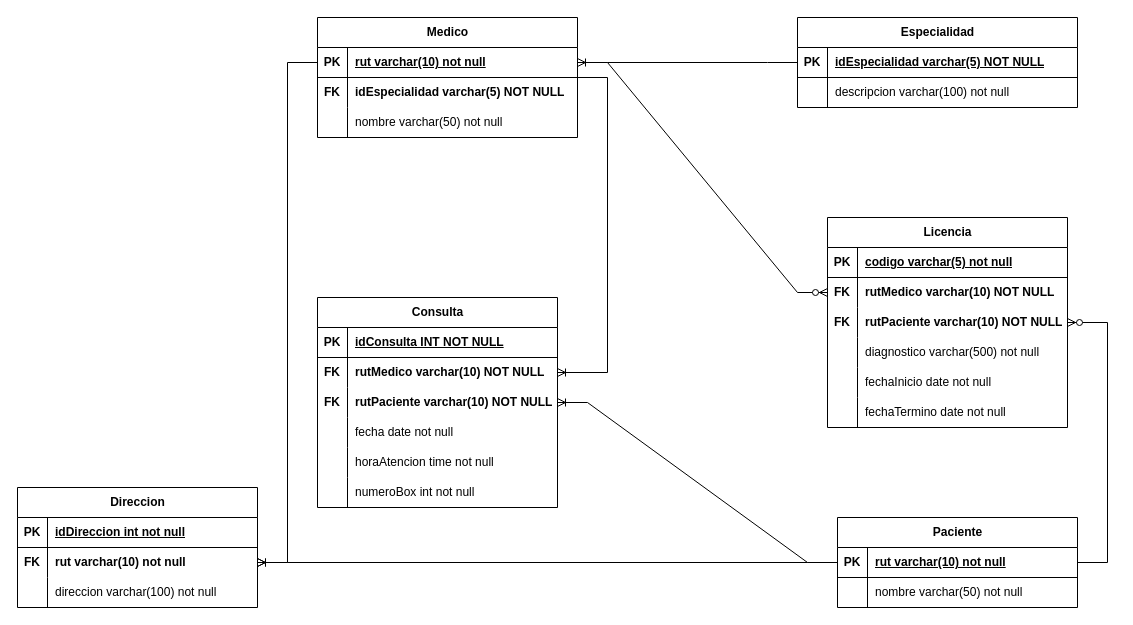
Evmoraleso/pythonChallenges keeps this draw.io diagram as Diagrama sin título.drawio. Above is the earlier version. Source tidied: cells renumbered, new cells numbered last; positions are measured from the earlier drawing's top-left corner, leaving out a move shared by most shapes. Both pictures are drawn from the tidied source at 100%, with x=0, y=0 at pixel (17, 17).
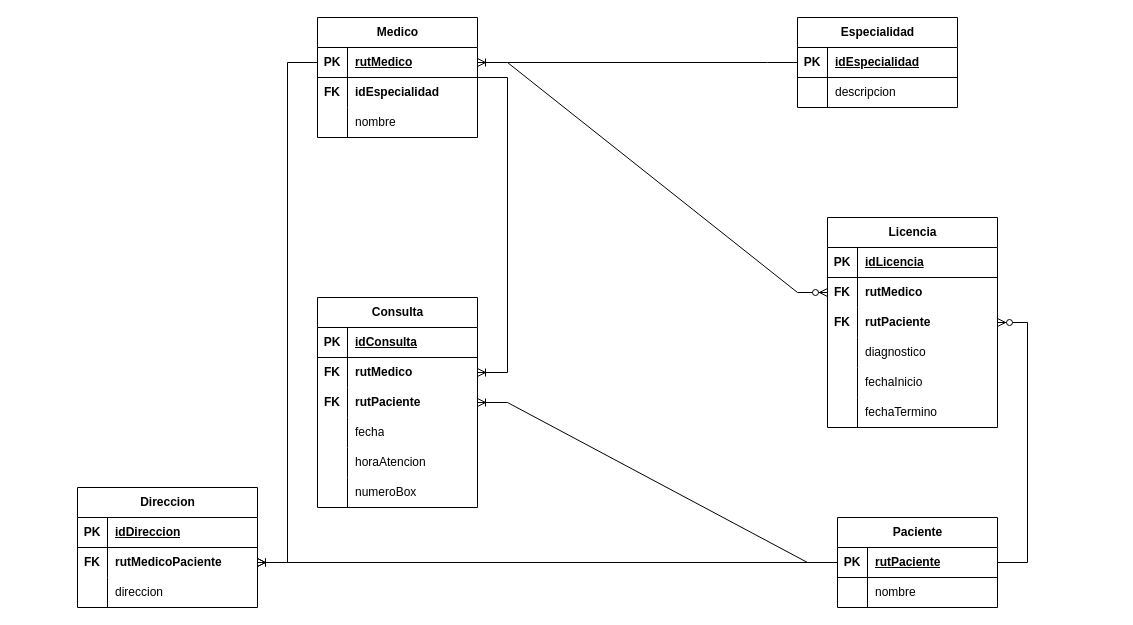
After the change.

The edit, as a diff of the source:
```diff
@@
     <mxCell id="2" value="Medico" style="shape=table;startSize=30;childLayout=tableLayout;rowLines=0;fontStyle=1;align=center;html=1;" parent="1" vertex="1">
-      <mxGeometry x="300" width="260" height="120" as="geometry" />
+      <mxGeometry x="300" width="160" height="120" as="geometry" />
     </mxCell>
     <mxCell id="3" style="shape=tableRow;horizontal=0;startSize=0;swimlaneHead=0;swimlaneBody=0;fillColor=none;points=[[0,0.5],[1,0.5]];portConstraint=eastwest;top=0;left=0;right=0;bottom=1;" parent="2" vertex="1">
-      <mxGeometry y="30" width="260" height="30" as="geometry" />
+      <mxGeometry y="30" width="160" height="30" as="geometry" />
     </mxCell>
@@
-    <mxCell id="5" value="rut varchar(10) not null" style="shape=partialRectangle;fillColor=none;top=0;left=0;bottom=0;right=0;align=left;spacingLeft=6;fontStyle=5;overflow=hidden;whiteSpace=wrap;html=1;" parent="3" vertex="1">
-      <mxGeometry x="30" width="230" height="30" as="geometry" />
+    <mxCell id="5" value="rutMedico" style="shape=partialRectangle;fillColor=none;top=0;left=0;bottom=0;right=0;align=left;spacingLeft=6;fontStyle=5;overflow=hidden;whiteSpace=wrap;html=1;" parent="3" vertex="1">
+      <mxGeometry x="30" width="130" height="30" as="geometry" />
     </mxCell>
     <mxCell id="6" style="shape=tableRow;horizontal=0;startSize=0;swimlaneHead=0;swimlaneBody=0;fillColor=none;top=0;left=0;right=0;bottom=0;fontStyle=1;" parent="2" vertex="1">
-      <mxGeometry y="60" width="260" height="30" as="geometry" />
+      <mxGeometry y="60" width="160" height="30" as="geometry" />
     </mxCell>
@@
-    <mxCell id="8" value="&lt;b&gt;idEspecialidad varchar(5) NOT NULL&lt;/b&gt;" style="shape=partialRectangle;fillColor=none;top=0;left=0;bottom=0;right=0;align=left;spacingLeft=6;overflow=hidden;whiteSpace=wrap;html=1;" parent="6" vertex="1">
-      <mxGeometry x="30" width="230" height="30" as="geometry" />
+    <mxCell id="8" value="&lt;b&gt;idEspecialidad&lt;/b&gt;" style="shape=partialRectangle;fillColor=none;top=0;left=0;bottom=0;right=0;align=left;spacingLeft=6;overflow=hidden;whiteSpace=wrap;html=1;" parent="6" vertex="1">
+      <mxGeometry x="30" width="130" height="30" as="geometry" />
     </mxCell>
     <mxCell id="9" style="shape=tableRow;horizontal=0;startSize=0;swimlaneHead=0;swimlaneBody=0;fillColor=none;top=0;left=0;right=0;bottom=0;" parent="2" vertex="1">
-      <mxGeometry y="90" width="260" height="30" as="geometry" />
+      <mxGeometry y="90" width="160" height="30" as="geometry" />
     </mxCell>
@@
-    <mxCell id="11" value="nombre varchar(50) not null" style="shape=partialRectangle;fillColor=none;top=0;left=0;bottom=0;right=0;align=left;spacingLeft=6;overflow=hidden;whiteSpace=wrap;html=1;" parent="9" vertex="1">
-      <mxGeometry x="30" width="230" height="30" as="geometry" />
+    <mxCell id="11" value="nombre" style="shape=partialRectangle;fillColor=none;top=0;left=0;bottom=0;right=0;align=left;spacingLeft=6;overflow=hidden;whiteSpace=wrap;html=1;" parent="9" vertex="1">
+      <mxGeometry x="30" width="130" height="30" as="geometry" />
     </mxCell>
     <mxCell id="12" value="Especialidad" style="shape=table;startSize=30;childLayout=tableLayout;rowLines=0;fontStyle=1;align=center;html=1;" parent="1" vertex="1">
-      <mxGeometry x="780" width="280" height="90" as="geometry" />
+      <mxGeometry x="780" width="160" height="90" as="geometry" />
     </mxCell>
     <mxCell id="13" style="shape=tableRow;horizontal=0;startSize=0;swimlaneHead=0;swimlaneBody=0;fillColor=none;points=[[0,0.5],[1,0.5]];portConstraint=eastwest;top=0;left=0;right=0;bottom=1;" parent="12" vertex="1">
-      <mxGeometry y="30" width="280" height="30" as="geometry" />
+      <mxGeometry y="30" width="160" height="30" as="geometry" />
     </mxCell>
@@
-    <mxCell id="15" value="idEspecialidad varchar(5) NOT NULL" style="shape=partialRectangle;fillColor=none;top=0;left=0;bottom=0;right=0;align=left;spacingLeft=6;fontStyle=5;overflow=hidden;whiteSpace=wrap;html=1;" parent="13" vertex="1">
-      <mxGeometry x="30" width="250" height="30" as="geometry" />
+    <mxCell id="15" value="idEspecialidad" style="shape=partialRectangle;fillColor=none;top=0;left=0;bottom=0;right=0;align=left;spacingLeft=6;fontStyle=5;overflow=hidden;whiteSpace=wrap;html=1;" parent="13" vertex="1">
+      <mxGeometry x="30" width="130" height="30" as="geometry" />
     </mxCell>
     <mxCell id="16" style="shape=tableRow;horizontal=0;startSize=0;swimlaneHead=0;swimlaneBody=0;fillColor=none;top=0;left=0;right=0;bottom=0;" parent="12" vertex="1">
-      <mxGeometry y="60" width="280" height="30" as="geometry" />
+      <mxGeometry y="60" width="160" height="30" as="geometry" />
     </mxCell>
@@
-    <mxCell id="18" value="descripcion varchar(100) not null" style="shape=partialRectangle;fillColor=none;top=0;left=0;bottom=0;right=0;align=left;spacingLeft=6;overflow=hidden;whiteSpace=wrap;html=1;" parent="16" vertex="1">
-      <mxGeometry x="30" width="250" height="30" as="geometry" />
+    <mxCell id="18" value="descripcion" style="shape=partialRectangle;fillColor=none;top=0;left=0;bottom=0;right=0;align=left;spacingLeft=6;overflow=hidden;whiteSpace=wrap;html=1;" parent="16" vertex="1">
+      <mxGeometry x="30" width="130" height="30" as="geometry" />
     </mxCell>
     <mxCell id="19" value="Consulta" style="shape=table;startSize=30;childLayout=tableLayout;rowLines=0;fontStyle=1;align=center;html=1;" parent="1" vertex="1">
-      <mxGeometry x="300" y="280" width="240" height="210" as="geometry" />
+      <mxGeometry x="300" y="280" width="160" height="210" as="geometry" />
     </mxCell>
     <mxCell id="20" style="shape=tableRow;horizontal=0;startSize=0;swimlaneHead=0;swimlaneBody=0;fillColor=none;top=0;left=0;right=0;bottom=1;" parent="19" vertex="1">
-      <mxGeometry y="30" width="240" height="30" as="geometry" />
+      <mxGeometry y="30" width="160" height="30" as="geometry" />
     </mxCell>
@@
-    <mxCell id="22" value="idConsulta INT NOT NULL" style="shape=partialRectangle;fillColor=none;top=0;left=0;bottom=0;right=0;align=left;spacingLeft=6;fontStyle=5;overflow=hidden;whiteSpace=wrap;html=1;" parent="20" vertex="1">
-      <mxGeometry x="30" width="210" height="30" as="geometry" />
+    <mxCell id="22" value="idConsulta" style="shape=partialRectangle;fillColor=none;top=0;left=0;bottom=0;right=0;align=left;spacingLeft=6;fontStyle=5;overflow=hidden;whiteSpace=wrap;html=1;" parent="20" vertex="1">
+      <mxGeometry x="30" width="130" height="30" as="geometry" />
     </mxCell>
     <mxCell id="23" style="shape=tableRow;horizontal=0;startSize=0;swimlaneHead=0;swimlaneBody=0;fillColor=none;points=[[0,0.5],[1,0.5]];portConstraint=eastwest;top=0;left=0;right=0;bottom=0;" parent="19" vertex="1">
-      <mxGeometry y="60" width="240" height="30" as="geometry" />
+      <mxGeometry y="60" width="160" height="30" as="geometry" />
     </mxCell>
@@
-    <mxCell id="25" value="&lt;b&gt;rutMedico varchar(10) NOT NULL&lt;/b&gt;" style="shape=partialRectangle;fillColor=none;top=0;left=0;bottom=0;right=0;align=left;spacingLeft=6;overflow=hidden;whiteSpace=wrap;html=1;" parent="23" vertex="1">
-      <mxGeometry x="30" width="210" height="30" as="geometry" />
+    <mxCell id="25" value="&lt;b&gt;rutMedico&lt;/b&gt;" style="shape=partialRectangle;fillColor=none;top=0;left=0;bottom=0;right=0;align=left;spacingLeft=6;overflow=hidden;whiteSpace=wrap;html=1;" parent="23" vertex="1">
+      <mxGeometry x="30" width="130" height="30" as="geometry" />
     </mxCell>
     <mxCell id="26" style="shape=tableRow;horizontal=0;startSize=0;swimlaneHead=0;swimlaneBody=0;fillColor=none;points=[[0,0.5],[1,0.5]];portConstraint=eastwest;top=0;left=0;right=0;bottom=0;" parent="19" vertex="1">
-      <mxGeometry y="90" width="240" height="30" as="geometry" />
+      <mxGeometry y="90" width="160" height="30" as="geometry" />
     </mxCell>
@@
-    <mxCell id="28" value="&lt;b&gt;rutPaciente varchar(10) NOT NULL&lt;/b&gt;" style="shape=partialRectangle;fillColor=none;top=0;left=0;bottom=0;right=0;align=left;spacingLeft=6;overflow=hidden;whiteSpace=wrap;html=1;" parent="26" vertex="1">
-      <mxGeometry x="30" width="210" height="30" as="geometry" />
+    <mxCell id="28" value="&lt;b&gt;rutPaciente&lt;/b&gt;" style="shape=partialRectangle;fillColor=none;top=0;left=0;bottom=0;right=0;align=left;spacingLeft=6;overflow=hidden;whiteSpace=wrap;html=1;" parent="26" vertex="1">
+      <mxGeometry x="30" width="130" height="30" as="geometry" />
     </mxCell>
     <mxCell id="29" style="shape=tableRow;horizontal=0;startSize=0;swimlaneHead=0;swimlaneBody=0;fillColor=none;top=0;left=0;right=0;bottom=0;" parent="19" vertex="1">
-      <mxGeometry y="120" width="240" height="30" as="geometry" />
+      <mxGeometry y="120" width="160" height="30" as="geometry" />
     </mxCell>
@@
-    <mxCell id="31" value="fecha date not null" style="shape=partialRectangle;fillColor=none;top=0;left=0;bottom=0;right=0;align=left;spacingLeft=6;overflow=hidden;whiteSpace=wrap;html=1;" parent="29" vertex="1">
-      <mxGeometry x="30" width="210" height="30" as="geometry" />
+    <mxCell id="31" value="fecha" style="shape=partialRectangle;fillColor=none;top=0;left=0;bottom=0;right=0;align=left;spacingLeft=6;overflow=hidden;whiteSpace=wrap;html=1;" parent="29" vertex="1">
+      <mxGeometry x="30" width="130" height="30" as="geometry" />
     </mxCell>
     <mxCell id="32" style="shape=tableRow;horizontal=0;startSize=0;swimlaneHead=0;swimlaneBody=0;fillColor=none;top=0;left=0;right=0;bottom=0;" parent="19" vertex="1">
-      <mxGeometry y="150" width="240" height="30" as="geometry" />
+      <mxGeometry y="150" width="160" height="30" as="geometry" />
     </mxCell>
@@
-    <mxCell id="34" value="horaAtencion time not null" style="shape=partialRectangle;fillColor=none;top=0;left=0;bottom=0;right=0;align=left;spacingLeft=6;overflow=hidden;whiteSpace=wrap;html=1;" parent="32" vertex="1">
-      <mxGeometry x="30" width="210" height="30" as="geometry" />
+    <mxCell id="34" value="horaAtencion" style="shape=partialRectangle;fillColor=none;top=0;left=0;bottom=0;right=0;align=left;spacingLeft=6;overflow=hidden;whiteSpace=wrap;html=1;" parent="32" vertex="1">
+      <mxGeometry x="30" width="130" height="30" as="geometry" />
     </mxCell>
     <mxCell id="35" style="shape=tableRow;horizontal=0;startSize=0;swimlaneHead=0;swimlaneBody=0;fillColor=none;top=0;left=0;right=0;bottom=0;" parent="19" vertex="1">
-      <mxGeometry y="180" width="240" height="30" as="geometry" />
+      <mxGeometry y="180" width="160" height="30" as="geometry" />
     </mxCell>
@@
-    <mxCell id="37" value="numeroBox int not null" style="shape=partialRectangle;fillColor=none;top=0;left=0;bottom=0;right=0;align=left;spacingLeft=6;overflow=hidden;whiteSpace=wrap;html=1;" parent="35" vertex="1">
-      <mxGeometry x="30" width="210" height="30" as="geometry" />
+    <mxCell id="37" value="numeroBox" style="shape=partialRectangle;fillColor=none;top=0;left=0;bottom=0;right=0;align=left;spacingLeft=6;overflow=hidden;whiteSpace=wrap;html=1;" parent="35" vertex="1">
+      <mxGeometry x="30" width="130" height="30" as="geometry" />
     </mxCell>
     <mxCell id="38" value="Paciente" style="shape=table;startSize=30;childLayout=tableLayout;rowLines=0;fontStyle=1;align=center;html=1;" parent="1" vertex="1">
-      <mxGeometry x="820" y="500" width="240" height="90" as="geometry" />
+      <mxGeometry x="820" y="500" width="160" height="90" as="geometry" />
     </mxCell>
     <mxCell id="39" style="shape=tableRow;horizontal=0;startSize=0;swimlaneHead=0;swimlaneBody=0;fillColor=none;points=[[0,0.5],[1,0.5]];portConstraint=eastwest;top=0;left=0;right=0;bottom=1;" parent="38" vertex="1">
-      <mxGeometry y="30" width="240" height="30" as="geometry" />
+      <mxGeometry y="30" width="160" height="30" as="geometry" />
     </mxCell>
@@
-    <mxCell id="41" value="rut varchar(10) not null" style="shape=partialRectangle;fillColor=none;top=0;left=0;bottom=0;right=0;align=left;spacingLeft=6;fontStyle=5;overflow=hidden;whiteSpace=wrap;html=1;" parent="39" vertex="1">
-      <mxGeometry x="30" width="210" height="30" as="geometry" />
+    <mxCell id="41" value="rutPaciente" style="shape=partialRectangle;fillColor=none;top=0;left=0;bottom=0;right=0;align=left;spacingLeft=6;fontStyle=5;overflow=hidden;whiteSpace=wrap;html=1;" parent="39" vertex="1">
+      <mxGeometry x="30" width="130" height="30" as="geometry" />
     </mxCell>
     <mxCell id="42" style="shape=tableRow;horizontal=0;startSize=0;swimlaneHead=0;swimlaneBody=0;fillColor=none;top=0;left=0;right=0;bottom=0;" parent="38" vertex="1">
-      <mxGeometry y="60" width="240" height="30" as="geometry" />
+      <mxGeometry y="60" width="160" height="30" as="geometry" />
     </mxCell>
@@
-    <mxCell id="44" value="nombre varchar(50) not null" style="shape=partialRectangle;fillColor=none;top=0;left=0;bottom=0;right=0;align=left;spacingLeft=6;overflow=hidden;whiteSpace=wrap;html=1;" parent="42" vertex="1">
-      <mxGeometry x="30" width="210" height="30" as="geometry" />
+    <mxCell id="44" value="nombre" style="shape=partialRectangle;fillColor=none;top=0;left=0;bottom=0;right=0;align=left;spacingLeft=6;overflow=hidden;whiteSpace=wrap;html=1;" parent="42" vertex="1">
+      <mxGeometry x="30" width="130" height="30" as="geometry" />
     </mxCell>
     <mxCell id="45" value="Direccion" style="shape=table;startSize=30;childLayout=tableLayout;rowLines=0;fontStyle=1;align=center;html=1;" parent="1" vertex="1">
-      <mxGeometry y="470" width="240" height="120" as="geometry" />
+      <mxGeometry x="60" y="470" width="180" height="120" as="geometry" />
     </mxCell>
     <mxCell id="46" style="shape=tableRow;horizontal=0;startSize=0;swimlaneHead=0;swimlaneBody=0;fillColor=none;top=0;left=0;right=0;bottom=1;" parent="45" vertex="1">
-      <mxGeometry y="30" width="240" height="30" as="geometry" />
+      <mxGeometry y="30" width="180" height="30" as="geometry" />
     </mxCell>
@@
-    <mxCell id="48" value="idDireccion int not null" style="shape=partialRectangle;fillColor=none;top=0;left=0;bottom=0;right=0;align=left;spacingLeft=6;fontStyle=5;overflow=hidden;whiteSpace=wrap;html=1;" parent="46" vertex="1">
-      <mxGeometry x="30" width="210" height="30" as="geometry" />
+    <mxCell id="48" value="idDireccion" style="shape=partialRectangle;fillColor=none;top=0;left=0;bottom=0;right=0;align=left;spacingLeft=6;fontStyle=5;overflow=hidden;whiteSpace=wrap;html=1;" parent="46" vertex="1">
+      <mxGeometry x="30" width="150" height="30" as="geometry" />
     </mxCell>
     <mxCell id="49" style="shape=tableRow;horizontal=0;startSize=0;swimlaneHead=0;swimlaneBody=0;fillColor=none;points=[[0,0.5],[1,0.5]];portConstraint=eastwest;top=0;left=0;right=0;bottom=0;" parent="45" vertex="1">
-      <mxGeometry y="60" width="240" height="30" as="geometry" />
+      <mxGeometry y="60" width="180" height="30" as="geometry" />
     </mxCell>
@@
-    <mxCell id="51" value="&lt;b&gt;rut varchar(10) not null&lt;/b&gt;" style="shape=partialRectangle;fillColor=none;top=0;left=0;bottom=0;right=0;align=left;spacingLeft=6;overflow=hidden;whiteSpace=wrap;html=1;" parent="49" vertex="1">
-      <mxGeometry x="30" width="210" height="30" as="geometry" />
+    <mxCell id="51" value="&lt;b&gt;rutMedicoPaciente&lt;/b&gt;" style="shape=partialRectangle;fillColor=none;top=0;left=0;bottom=0;right=0;align=left;spacingLeft=6;overflow=hidden;whiteSpace=wrap;html=1;" parent="49" vertex="1">
+      <mxGeometry x="30" width="150" height="30" as="geometry" />
     </mxCell>
     <mxCell id="52" style="shape=tableRow;horizontal=0;startSize=0;swimlaneHead=0;swimlaneBody=0;fillColor=none;top=0;left=0;right=0;bottom=0;" parent="45" vertex="1">
-      <mxGeometry y="90" width="240" height="30" as="geometry" />
+      <mxGeometry y="90" width="180" height="30" as="geometry" />
     </mxCell>
@@
-    <mxCell id="54" value="direccion varchar(100) not null" style="shape=partialRectangle;fillColor=none;top=0;left=0;bottom=0;right=0;align=left;spacingLeft=6;overflow=hidden;whiteSpace=wrap;html=1;" parent="52" vertex="1">
-      <mxGeometry x="30" width="210" height="30" as="geometry" />
+    <mxCell id="54" value="direccion" style="shape=partialRectangle;fillColor=none;top=0;left=0;bottom=0;right=0;align=left;spacingLeft=6;overflow=hidden;whiteSpace=wrap;html=1;" parent="52" vertex="1">
+      <mxGeometry x="30" width="150" height="30" as="geometry" />
     </mxCell>
     <mxCell id="55" value="Licencia" style="shape=table;startSize=30;childLayout=tableLayout;rowLines=0;fontStyle=1;align=center;html=1;" parent="1" vertex="1">
-      <mxGeometry x="810" y="200" width="240" height="210" as="geometry" />
+      <mxGeometry x="810" y="200" width="170" height="210" as="geometry" />
     </mxCell>
     <mxCell id="56" style="shape=tableRow;horizontal=0;startSize=0;swimlaneHead=0;swimlaneBody=0;fillColor=none;top=0;left=0;right=0;bottom=1;" parent="55" vertex="1">
-      <mxGeometry y="30" width="240" height="30" as="geometry" />
+      <mxGeometry y="30" width="170" height="30" as="geometry" />
     </mxCell>
@@
-    <mxCell id="58" value="codigo varchar(5) not null" style="shape=partialRectangle;fillColor=none;top=0;left=0;bottom=0;right=0;align=left;spacingLeft=6;fontStyle=5;overflow=hidden;whiteSpace=wrap;html=1;" parent="56" vertex="1">
-      <mxGeometry x="30" width="210" height="30" as="geometry" />
+    <mxCell id="58" value="idLicencia" style="shape=partialRectangle;fillColor=none;top=0;left=0;bottom=0;right=0;align=left;spacingLeft=6;fontStyle=5;overflow=hidden;whiteSpace=wrap;html=1;" parent="56" vertex="1">
+      <mxGeometry x="30" width="140" height="30" as="geometry" />
     </mxCell>
     <mxCell id="59" style="shape=tableRow;horizontal=0;startSize=0;swimlaneHead=0;swimlaneBody=0;fillColor=none;points=[[0,0.5],[1,0.5]];portConstraint=eastwest;top=0;left=0;right=0;bottom=0;" parent="55" vertex="1">
-      <mxGeometry y="60" width="240" height="30" as="geometry" />
+      <mxGeometry y="60" width="170" height="30" as="geometry" />
     </mxCell>
@@
-    <mxCell id="61" value="&lt;b&gt;rutMedico varchar(10) NOT NULL&lt;/b&gt;" style="shape=partialRectangle;fillColor=none;top=0;left=0;bottom=0;right=0;align=left;spacingLeft=6;overflow=hidden;whiteSpace=wrap;html=1;" parent="59" vertex="1">
-      <mxGeometry x="30" width="210" height="30" as="geometry" />
+    <mxCell id="61" value="&lt;b&gt;rutMedico&lt;/b&gt;" style="shape=partialRectangle;fillColor=none;top=0;left=0;bottom=0;right=0;align=left;spacingLeft=6;overflow=hidden;whiteSpace=wrap;html=1;" parent="59" vertex="1">
+      <mxGeometry x="30" width="140" height="30" as="geometry" />
     </mxCell>
     <mxCell id="62" style="shape=tableRow;horizontal=0;startSize=0;swimlaneHead=0;swimlaneBody=0;fillColor=none;points=[[0,0.5],[1,0.5]];portConstraint=eastwest;top=0;left=0;right=0;bottom=0;" parent="55" vertex="1">
-      <mxGeometry y="90" width="240" height="30" as="geometry" />
+      <mxGeometry y="90" width="170" height="30" as="geometry" />
     </mxCell>
@@
-    <mxCell id="64" value="&lt;b&gt;rutPaciente varchar(10) NOT NULL&lt;/b&gt;" style="shape=partialRectangle;fillColor=none;top=0;left=0;bottom=0;right=0;align=left;spacingLeft=6;overflow=hidden;whiteSpace=wrap;html=1;" parent="62" vertex="1">
-      <mxGeometry x="30" width="210" height="30" as="geometry" />
+    <mxCell id="64" value="&lt;b&gt;rutPaciente&lt;/b&gt;" style="shape=partialRectangle;fillColor=none;top=0;left=0;bottom=0;right=0;align=left;spacingLeft=6;overflow=hidden;whiteSpace=wrap;html=1;" parent="62" vertex="1">
+      <mxGeometry x="30" width="140" height="30" as="geometry" />
     </mxCell>
     <mxCell id="65" style="shape=tableRow;horizontal=0;startSize=0;swimlaneHead=0;swimlaneBody=0;fillColor=none;top=0;left=0;right=0;bottom=0;" parent="55" vertex="1">
-      <mxGeometry y="120" width="240" height="30" as="geometry" />
+      <mxGeometry y="120" width="170" height="30" as="geometry" />
     </mxCell>
@@
-    <mxCell id="67" value="diagnostico varchar(500) not null" style="shape=partialRectangle;fillColor=none;top=0;left=0;bottom=0;right=0;align=left;spacingLeft=6;overflow=hidden;whiteSpace=wrap;html=1;" parent="65" vertex="1">
-      <mxGeometry x="30" width="210" height="30" as="geometry" />
+    <mxCell id="67" value="diagnostico&amp;nbsp;" style="shape=partialRectangle;fillColor=none;top=0;left=0;bottom=0;right=0;align=left;spacingLeft=6;overflow=hidden;whiteSpace=wrap;html=1;" parent="65" vertex="1">
+      <mxGeometry x="30" width="140" height="30" as="geometry" />
     </mxCell>
     <mxCell id="68" style="shape=tableRow;horizontal=0;startSize=0;swimlaneHead=0;swimlaneBody=0;fillColor=none;top=0;left=0;right=0;bottom=0;" parent="55" vertex="1">
-      <mxGeometry y="150" width="240" height="30" as="geometry" />
+      <mxGeometry y="150" width="170" height="30" as="geometry" />
     </mxCell>
@@
-    <mxCell id="70" value="fechaInicio date not null" style="shape=partialRectangle;fillColor=none;top=0;left=0;bottom=0;right=0;align=left;spacingLeft=6;overflow=hidden;whiteSpace=wrap;html=1;" parent="68" vertex="1">
-      <mxGeometry x="30" width="210" height="30" as="geometry" />
+    <mxCell id="70" value="fechaInicio" style="shape=partialRectangle;fillColor=none;top=0;left=0;bottom=0;right=0;align=left;spacingLeft=6;overflow=hidden;whiteSpace=wrap;html=1;" parent="68" vertex="1">
+      <mxGeometry x="30" width="140" height="30" as="geometry" />
     </mxCell>
     <mxCell id="71" style="shape=tableRow;horizontal=0;startSize=0;swimlaneHead=0;swimlaneBody=0;fillColor=none;top=0;left=0;right=0;bottom=0;" parent="55" vertex="1">
-      <mxGeometry y="180" width="240" height="30" as="geometry" />
+      <mxGeometry y="180" width="170" height="30" as="geometry" />
     </mxCell>
@@
-    <mxCell id="73" value="fechaTermino date not null" style="shape=partialRectangle;fillColor=none;top=0;left=0;bottom=0;right=0;align=left;spacingLeft=6;overflow=hidden;whiteSpace=wrap;html=1;" parent="71" vertex="1">
-      <mxGeometry x="30" width="210" height="30" as="geometry" />
+    <mxCell id="73" value="fechaTermino" style="shape=partialRectangle;fillColor=none;top=0;left=0;bottom=0;right=0;align=left;spacingLeft=6;overflow=hidden;whiteSpace=wrap;html=1;" parent="71" vertex="1">
+      <mxGeometry x="30" width="140" height="30" as="geometry" />
     </mxCell>
```
